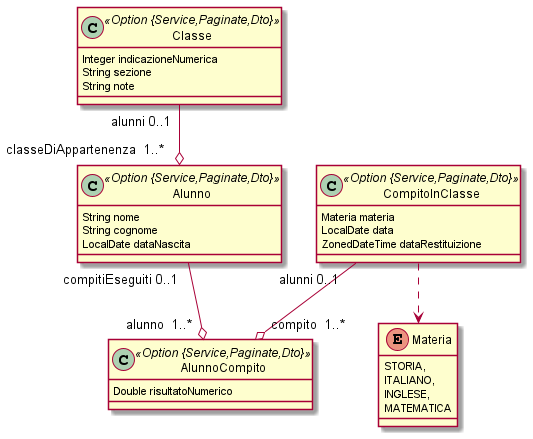
Before: file_jdl/jhipster_jdl.png, a diagram exported from PlantUML (AlbertoMatt/Myschool).
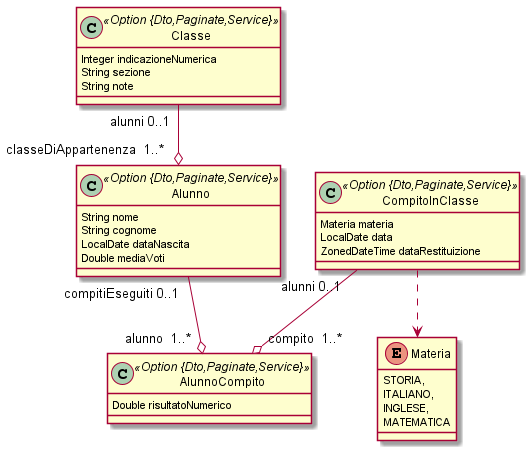
After the change.

The edit, as a diff of the source:
```diff
@@ -1,19 +1,20 @@
 @startuml
 	!pragma syntax class
-	class Classe <<Option {Service,Paginate,Dto}>> {
+	class Classe <<Option {Dto,Paginate,Service}>> {
 		Integer indicazioneNumerica
 		String sezione
 		String note
 	}
-	class Alunno <<Option {Service,Paginate,Dto}>> {
+	class Alunno <<Option {Dto,Paginate,Service}>> {
 		String nome
 		String cognome
 		LocalDate dataNascita
+		Double mediaVoti
 	}
-	class AlunnoCompito <<Option {Service,Paginate,Dto}>> {
+	class AlunnoCompito <<Option {Dto,Paginate,Service}>> {
 		Double risultatoNumerico
 	}
-	class CompitoInClasse <<Option {Service,Paginate,Dto}>> {
+	class CompitoInClasse <<Option {Dto,Paginate,Service}>> {
 		Materia materia
 		LocalDate data
 		ZonedDateTime dataRestituizione
```
